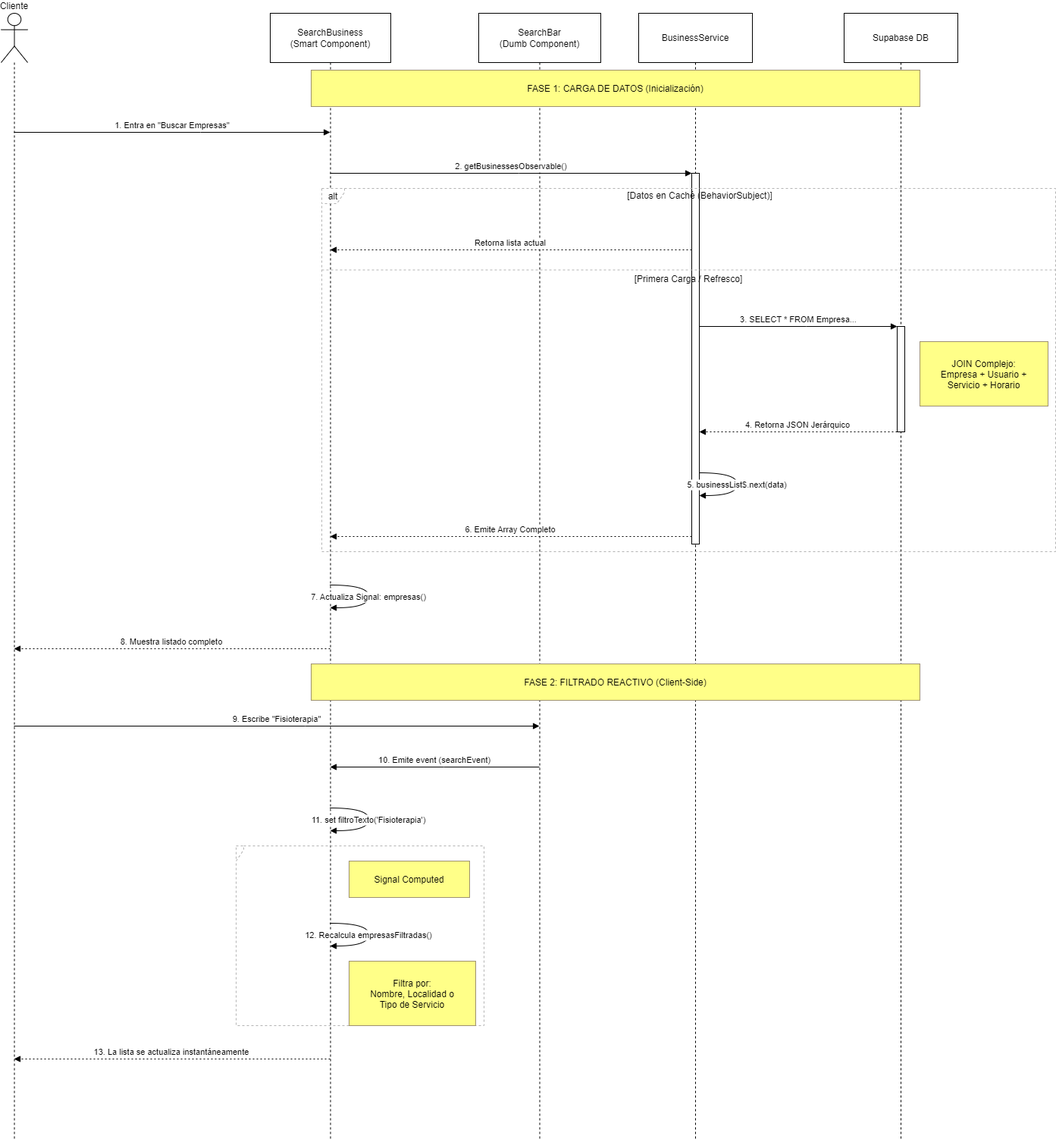
This is docs/diagramas/secuencias/buscar_empresas.drawio.png from egilp04/TFG_Cuidados, a draw.io export, as it was before one commit. Source tidied: cells renumbered, new cells last; positions are measured from the earlier drawing's top-left corner, leaving out a move shared by most shapes.
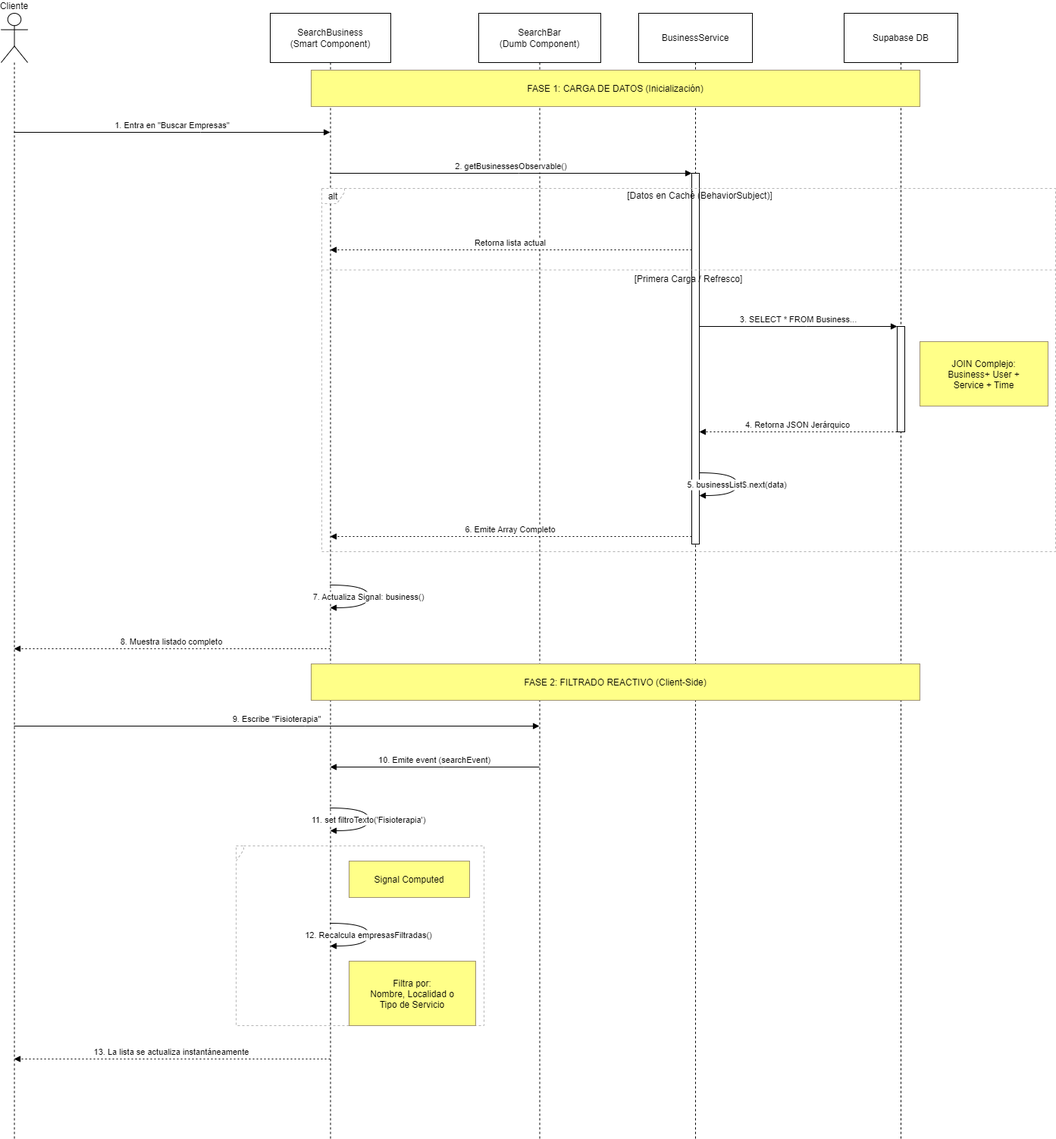
Above is the later version.

Diff of the diagram source:
```diff
@@ -59,7 +59,7 @@
         </Array>
       </mxGeometry>
     </mxCell>
-    <mxCell id="17" value="3. SELECT * FROM Empresa..." style="verticalAlign=bottom;edgeStyle=elbowEdgeStyle;elbow=vertical;curved=0;rounded=0;endArrow=block;" parent="1" edge="1" source="6" target="8">
+    <mxCell id="17" value="3. SELECT * FROM Business..." style="verticalAlign=bottom;edgeStyle=elbowEdgeStyle;elbow=vertical;curved=0;rounded=0;endArrow=block;" parent="1" edge="1" source="6" target="8">
       <mxGeometry relative="1" as="geometry">
         <Array as="points">
           <mxPoint x="1062" y="413" />
@@ -88,7 +88,7 @@
         </Array>
       </mxGeometry>
     </mxCell>
-    <mxCell id="21" value="7. Actualiza Signal: empresas()" style="curved=1;endArrow=block;rounded=0;" parent="1" edge="1" source="3" target="3">
+    <mxCell id="21" value="7. Actualiza Signal: business()" style="curved=1;endArrow=block;rounded=0;" parent="1" edge="1" source="3" target="3">
       <mxGeometry relative="1" as="geometry">
         <Array as="points">
           <mxPoint x="485" y="754" />
@@ -143,7 +143,7 @@
     <mxCell id="28" value="FASE 1: CARGA DE DATOS (Inicialización)" style="fillColor=#ffff88;strokeColor=#9E916F;" parent="1" vertex="1">
       <mxGeometry x="409" y="75" width="803" height="48" as="geometry" />
     </mxCell>
-    <mxCell id="29" value="JOIN Complejo:&#10;Empresa + Usuario +&#10;Servicio + Horario" style="fillColor=#ffff88;strokeColor=#9E916F;" parent="1" vertex="1">
+    <mxCell id="29" value="JOIN Complejo:&#10;Business+ User +&#10;Service + Time" style="fillColor=#ffff88;strokeColor=#9E916F;" parent="1" vertex="1">
       <mxGeometry x="1212" y="433" width="169" height="85" as="geometry" />
     </mxCell>
     <mxCell id="30" value="FASE 2: FILTRADO REACTIVO (Client-Side)" style="fillColor=#ffff88;strokeColor=#9E916F;" parent="1" vertex="1">
```
